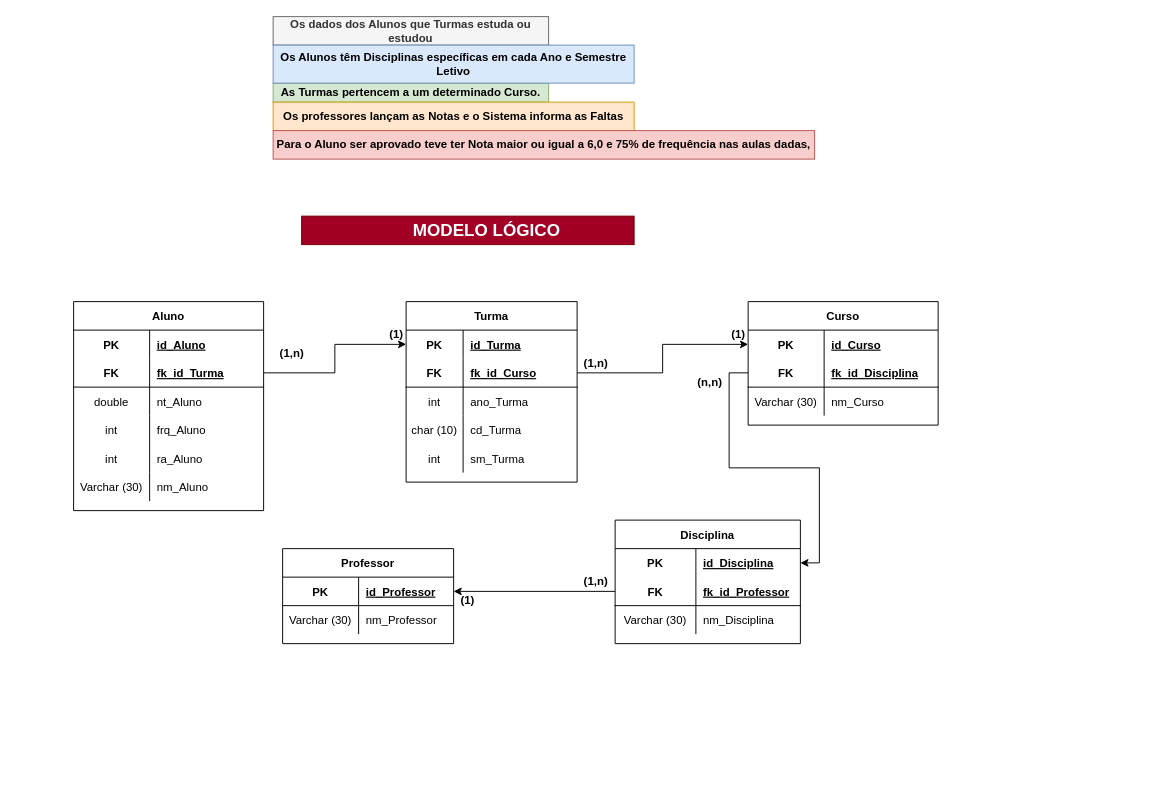
Ariel1776/EstudoDeCasosBancoDeDados keeps this draw.io diagram as EstudoDeCasoModeloLogico.drawio. Above is the earlier version. Source tidied: cells renumbered, new cells numbered last; positions are measured from the earlier drawing's top-left corner, leaving out a move shared by most shapes. Both pictures are drawn from the tidied source at 95%, with x=0, y=0 at pixel (73, 16).
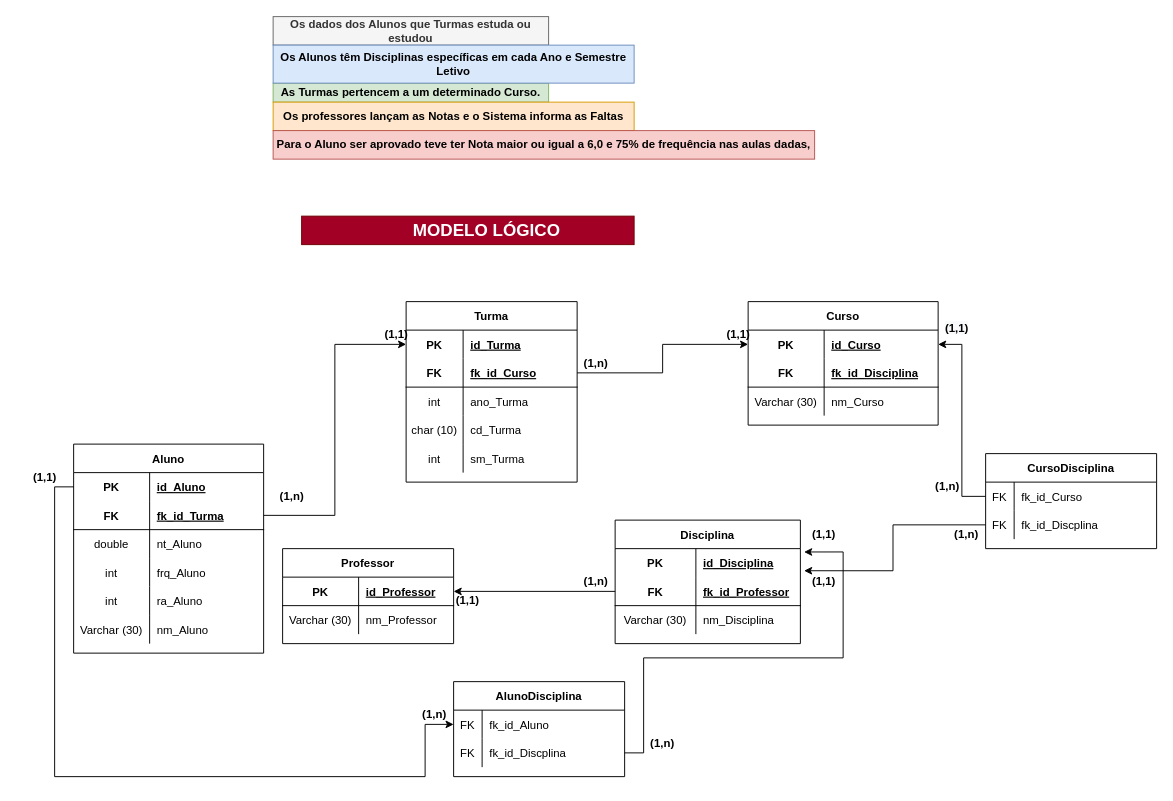
The same page after the edit.

Unchanged cells that the change refers to:
```xml
<mxCell id="3" style="shape=tableRow;horizontal=0;startSize=0;swimlaneHead=0;swimlaneBody=0;fillColor=none;points=[[0,0.5],[1,0.5]];portConstraint=eastwest;top=0;left=0;right=0;bottom=0;" parent="2" vertex="1">
  <mxGeometry y="30" width="200" height="30" as="geometry" />
</mxCell>
<mxCell id="38" style="shape=tableRow;horizontal=0;startSize=0;swimlaneHead=0;swimlaneBody=0;fillColor=none;points=[[0,0.5],[1,0.5]];portConstraint=eastwest;top=0;left=0;right=0;bottom=0;" parent="37" vertex="1">
  <mxGeometry y="30" width="200" height="30" as="geometry" />
</mxCell>
<mxCell id="41" style="shape=tableRow;horizontal=0;startSize=0;swimlaneHead=0;swimlaneBody=0;fillColor=none;points=[[0,0.5],[1,0.5]];portConstraint=eastwest;top=0;left=0;right=0;bottom=1;" parent="37" vertex="1">
  <mxGeometry y="60" width="200" height="30" as="geometry" />
</mxCell>
<mxCell id="48" style="shape=tableRow;horizontal=0;startSize=0;swimlaneHead=0;swimlaneBody=0;fillColor=none;points=[[0,0.5],[1,0.5]];portConstraint=eastwest;top=0;left=0;right=0;bottom=0;" parent="47" vertex="1">
  <mxGeometry y="30" width="195" height="30" as="geometry" />
</mxCell>
```

What changed in the source:
```diff
@@
     <mxCell id="2" value="Aluno" style="shape=table;startSize=30;childLayout=tableLayout;rowLines=0;fontStyle=1;align=center;" parent="1" vertex="1">
-      <mxGeometry y="300" width="200" height="220" as="geometry" />
+      <mxGeometry y="450" width="200" height="220" as="geometry" />
     </mxCell>
@@
-    <mxCell id="65" style="edgeStyle=orthogonalEdgeStyle;rounded=0;jettySize=auto;html=1;entryX=1;entryY=0.5;entryDx=0;entryDy=0;" parent="1" edge="1" source="41" target="48">
-      <mxGeometry relative="1" as="geometry" />
-    </mxCell>
@@
     <mxCell id="67" value="(1,n)" style="text;html=1;strokeColor=none;fillColor=none;align=center;verticalAlign=middle;whiteSpace=wrap;rounded=0;fontStyle=1;" parent="1" vertex="1">
-      <mxGeometry x="200" y="340" width="60" height="30" as="geometry" />
+      <mxGeometry x="200" y="490" width="60" height="30" as="geometry" />
     </mxCell>
-    <mxCell id="68" value="(1)" style="text;html=1;strokeColor=none;fillColor=none;align=center;verticalAlign=middle;whiteSpace=wrap;rounded=0;fontStyle=1;" parent="1" vertex="1">
+    <mxCell id="68" value="(1,1)" style="text;html=1;strokeColor=none;fillColor=none;align=center;verticalAlign=middle;whiteSpace=wrap;rounded=0;fontStyle=1;" parent="1" vertex="1">
       <mxGeometry x="310" y="320" width="60" height="30" as="geometry" />
     </mxCell>
@@
-    <mxCell id="71" value="(1)" style="text;html=1;strokeColor=none;fillColor=none;align=center;verticalAlign=middle;whiteSpace=wrap;rounded=0;fontStyle=1;" parent="1" vertex="1">
+    <mxCell id="71" value="(1,1)" style="text;html=1;strokeColor=none;fillColor=none;align=center;verticalAlign=middle;whiteSpace=wrap;rounded=0;fontStyle=1;" parent="1" vertex="1">
       <mxGeometry x="670" y="320" width="60" height="30" as="geometry" />
     </mxCell>
-    <mxCell id="72" value="(n,n)" style="text;html=1;strokeColor=none;fillColor=none;align=center;verticalAlign=middle;whiteSpace=wrap;rounded=0;fontStyle=1;" parent="1" vertex="1">
-      <mxGeometry x="640" y="370" width="60" height="30" as="geometry" />
-    </mxCell>
@@
-    <mxCell id="74" value="(1)" style="text;html=1;strokeColor=none;fillColor=none;align=center;verticalAlign=middle;whiteSpace=wrap;rounded=0;fontStyle=1;" parent="1" vertex="1">
+    <mxCell id="74" value="(1,1)" style="text;html=1;strokeColor=none;fillColor=none;align=center;verticalAlign=middle;whiteSpace=wrap;rounded=0;fontStyle=1;" parent="1" vertex="1">
       <mxGeometry x="385" y="600" width="60" height="30" as="geometry" />
     </mxCell>
@@
+    <mxCell id="81" value="AlunoDisciplina" style="shape=table;startSize=30;childLayout=tableLayout;rowLines=0;fontStyle=1;align=center;" parent="1" vertex="1">
+      <mxGeometry x="400" y="700" width="180" height="100" as="geometry" />
+    </mxCell>
+    <mxCell id="82" style="shape=tableRow;horizontal=0;startSize=0;swimlaneHead=0;swimlaneBody=0;fillColor=none;points=[[0,0.5],[1,0.5]];portConstraint=eastwest;top=0;left=0;right=0;bottom=0;" parent="81" vertex="1">
+      <mxGeometry y="30" width="180" height="30" as="geometry" />
+    </mxCell>
+    <mxCell id="83" value="FK" style="shape=partialRectangle;fillColor=none;top=0;left=0;bottom=0;right=0;fontStyle=0;overflow=hidden;" parent="82" vertex="1">
+      <mxGeometry width="30" height="30" as="geometry" />
+    </mxCell>
+    <mxCell id="84" value="fk_id_Aluno" style="shape=partialRectangle;fillColor=none;top=0;left=0;bottom=0;right=0;align=left;spacingLeft=6;fontStyle=0;overflow=hidden;" parent="82" vertex="1">
+      <mxGeometry x="30" width="150" height="30" as="geometry" />
+    </mxCell>
+    <mxCell id="85" style="shape=tableRow;horizontal=0;startSize=0;swimlaneHead=0;swimlaneBody=0;fillColor=none;points=[[0,0.5],[1,0.5]];portConstraint=eastwest;top=0;left=0;right=0;bottom=0;" parent="81" vertex="1">
+      <mxGeometry y="60" width="180" height="30" as="geometry" />
+    </mxCell>
+    <mxCell id="86" value="FK" style="shape=partialRectangle;fillColor=none;top=0;left=0;bottom=0;right=0;fontStyle=0;overflow=hidden;" parent="85" vertex="1">
+      <mxGeometry width="30" height="30" as="geometry" />
+    </mxCell>
+    <mxCell id="87" value="fk_id_Discplina" style="shape=partialRectangle;fillColor=none;top=0;left=0;bottom=0;right=0;align=left;spacingLeft=6;fontStyle=0;overflow=hidden;" parent="85" vertex="1">
+      <mxGeometry x="30" width="150" height="30" as="geometry" />
+    </mxCell>
+    <mxCell id="88" style="edgeStyle=orthogonalEdgeStyle;rounded=0;jettySize=auto;html=1;entryX=0;entryY=0.5;entryDx=0;entryDy=0;" parent="1" edge="1" source="3" target="82">
+      <mxGeometry relative="1" as="geometry">
+        <Array as="points">
+          <mxPoint x="-20" y="495" />
+          <mxPoint x="-20" y="800" />
+          <mxPoint x="370" y="800" />
+          <mxPoint x="370" y="745" />
+        </Array>
+      </mxGeometry>
+    </mxCell>
+    <mxCell id="89" style="edgeStyle=orthogonalEdgeStyle;rounded=0;jettySize=auto;html=1;entryX=1.02;entryY=0.118;entryDx=0;entryDy=0;entryPerimeter=0;" parent="1" edge="1" source="85" target="48">
+      <mxGeometry relative="1" as="geometry">
+        <Array as="points">
+          <mxPoint x="600" y="775" />
+          <mxPoint x="600" y="675" />
+          <mxPoint x="810" y="675" />
+          <mxPoint x="810" y="564" />
+        </Array>
+      </mxGeometry>
+    </mxCell>
+    <mxCell id="90" value="CursoDisciplina" style="shape=table;startSize=30;childLayout=tableLayout;rowLines=0;fontStyle=1;align=center;" parent="1" vertex="1">
+      <mxGeometry x="960" y="460" width="180" height="100" as="geometry" />
+    </mxCell>
+    <mxCell id="91" style="shape=tableRow;horizontal=0;startSize=0;swimlaneHead=0;swimlaneBody=0;fillColor=none;points=[[0,0.5],[1,0.5]];portConstraint=eastwest;top=0;left=0;right=0;bottom=0;" parent="90" vertex="1">
+      <mxGeometry y="30" width="180" height="30" as="geometry" />
+    </mxCell>
+    <mxCell id="92" value="FK" style="shape=partialRectangle;fillColor=none;top=0;left=0;bottom=0;right=0;fontStyle=0;overflow=hidden;" parent="91" vertex="1">
+      <mxGeometry width="30" height="30" as="geometry" />
+    </mxCell>
+    <mxCell id="93" value="fk_id_Curso" style="shape=partialRectangle;fillColor=none;top=0;left=0;bottom=0;right=0;align=left;spacingLeft=6;fontStyle=0;overflow=hidden;" parent="91" vertex="1">
+      <mxGeometry x="30" width="150" height="30" as="geometry" />
+    </mxCell>
+    <mxCell id="94" style="shape=tableRow;horizontal=0;startSize=0;swimlaneHead=0;swimlaneBody=0;fillColor=none;points=[[0,0.5],[1,0.5]];portConstraint=eastwest;top=0;left=0;right=0;bottom=0;" parent="90" vertex="1">
+      <mxGeometry y="60" width="180" height="30" as="geometry" />
+    </mxCell>
+    <mxCell id="95" value="FK" style="shape=partialRectangle;fillColor=none;top=0;left=0;bottom=0;right=0;fontStyle=0;overflow=hidden;" parent="94" vertex="1">
+      <mxGeometry width="30" height="30" as="geometry" />
+    </mxCell>
+    <mxCell id="96" value="fk_id_Discplina" style="shape=partialRectangle;fillColor=none;top=0;left=0;bottom=0;right=0;align=left;spacingLeft=6;fontStyle=0;overflow=hidden;" parent="94" vertex="1">
+      <mxGeometry x="30" width="150" height="30" as="geometry" />
+    </mxCell>
+    <mxCell id="97" style="edgeStyle=orthogonalEdgeStyle;rounded=0;jettySize=auto;html=1;entryX=1;entryY=0.5;entryDx=0;entryDy=0;" parent="1" edge="1" source="91" target="38">
+      <mxGeometry relative="1" as="geometry" />
+    </mxCell>
+    <mxCell id="98" style="edgeStyle=orthogonalEdgeStyle;rounded=0;jettySize=auto;html=1;entryX=1.02;entryY=0.776;entryDx=0;entryDy=0;entryPerimeter=0;" parent="1" edge="1" source="94" target="48">
+      <mxGeometry relative="1" as="geometry" />
+    </mxCell>
+    <mxCell id="99" value="(1,n)" style="text;html=1;strokeColor=none;fillColor=none;align=center;verticalAlign=middle;whiteSpace=wrap;rounded=0;fontStyle=1;" parent="1" vertex="1">
+      <mxGeometry x="590" y="750" width="60" height="30" as="geometry" />
+    </mxCell>
+    <mxCell id="100" value="&#10;&lt;span style=&quot;color: rgb(0, 0, 0); font-family: Helvetica; font-size: 12px; font-style: normal; font-variant-ligatures: normal; font-variant-caps: normal; font-weight: 700; letter-spacing: normal; orphans: 2; text-align: center; text-indent: 0px; text-transform: none; widows: 2; word-spacing: 0px; -webkit-text-stroke-width: 0px; background-color: rgb(248, 249, 250); text-decoration-thickness: initial; text-decoration-style: initial; text-decoration-color: initial; float: none; display: inline !important;&quot;&gt;(1,1)&lt;/span&gt;&#10;&#10;" style="text;html=1;strokeColor=none;fillColor=none;align=center;verticalAlign=middle;whiteSpace=wrap;rounded=0;fontStyle=1;" parent="1" vertex="1">
+      <mxGeometry x="900" y="320" width="60" height="30" as="geometry" />
+    </mxCell>
+    <mxCell id="101" value="(1,1)" style="text;html=1;strokeColor=none;fillColor=none;align=center;verticalAlign=middle;whiteSpace=wrap;rounded=0;fontStyle=1;" parent="1" vertex="1">
+      <mxGeometry x="760" y="530" width="60" height="30" as="geometry" />
+    </mxCell>
+    <mxCell id="102" value="(1,n)" style="text;html=1;strokeColor=none;fillColor=none;align=center;verticalAlign=middle;whiteSpace=wrap;rounded=0;fontStyle=1;" parent="1" vertex="1">
+      <mxGeometry x="350" y="720" width="60" height="30" as="geometry" />
+    </mxCell>
+    <mxCell id="103" value="(1,1)" style="text;html=1;strokeColor=none;fillColor=none;align=center;verticalAlign=middle;whiteSpace=wrap;rounded=0;fontStyle=1;" parent="1" vertex="1">
+      <mxGeometry x="760" y="580" width="60" height="30" as="geometry" />
+    </mxCell>
+    <mxCell id="104" value="(1,n)" style="text;html=1;strokeColor=none;fillColor=none;align=center;verticalAlign=middle;whiteSpace=wrap;rounded=0;fontStyle=1;" parent="1" vertex="1">
+      <mxGeometry x="910" y="530" width="60" height="30" as="geometry" />
+    </mxCell>
+    <mxCell id="105" value="(1,n)" style="text;html=1;strokeColor=none;fillColor=none;align=center;verticalAlign=middle;whiteSpace=wrap;rounded=0;fontStyle=1;" parent="1" vertex="1">
+      <mxGeometry x="890" y="480" width="60" height="30" as="geometry" />
+    </mxCell>
+    <mxCell id="106" value="(1,1)" style="text;html=1;strokeColor=none;fillColor=none;align=center;verticalAlign=middle;whiteSpace=wrap;rounded=0;fontStyle=1;" parent="1" vertex="1">
+      <mxGeometry x="-60" y="470" width="60" height="30" as="geometry" />
+    </mxCell>
```
